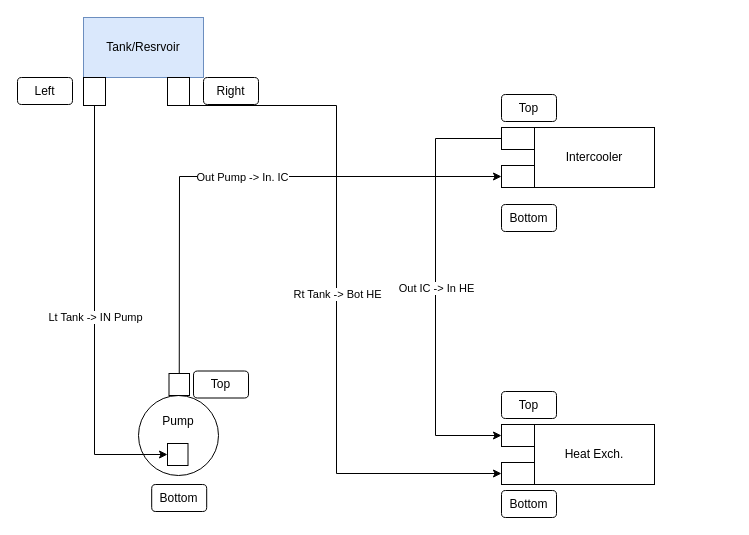
Before: build/Split_cooling.drawio in Frankie-Freedom/drawio-desktop, a draw.io diagram. Source tidied: cells renumbered, new cells numbered last; positions are measured from the earlier drawing's top-left corner, leaving out a move shared by most shapes. Both pictures are drawn from the tidied source at 100%, with x=0, y=0 at pixel (17, 17).
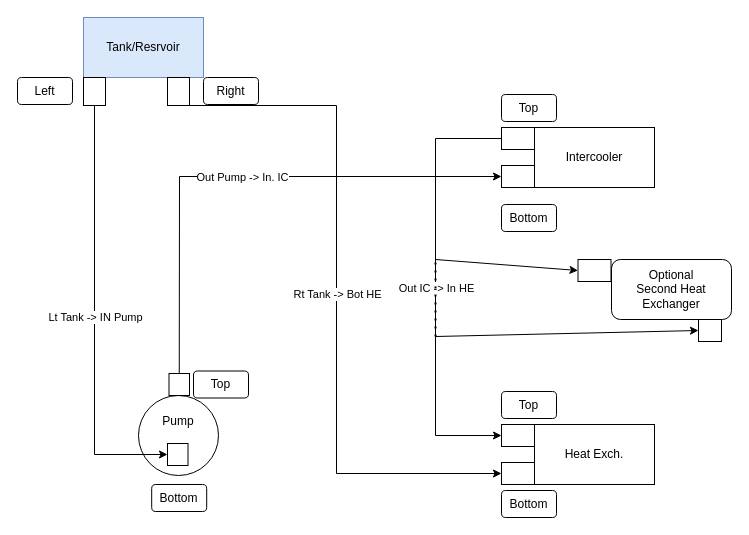
The same page after the edit.

Change to the diagram source:
```diff
@@
+    <mxCell id="30" value="Optional&lt;br&gt;Second Heat Exchanger" style="rounded=1;whiteSpace=wrap;html=1;" parent="1" vertex="1">
+      <mxGeometry x="594" y="242" width="120" height="60" as="geometry" />
+    </mxCell>
+    <mxCell id="31" style="endArrow=classic;html=1;rounded=0;entryX=0;entryY=0.5;entryDx=0;entryDy=0;" parent="1" edge="1" target="32">
+      <mxGeometry relative="1" as="geometry">
+        <mxPoint x="418" y="242" as="sourcePoint" />
+      </mxGeometry>
+    </mxCell>
+    <mxCell id="32" style="rounded=0;whiteSpace=wrap;html=1;" parent="1" vertex="1">
+      <mxGeometry x="560.5" y="242" width="33" height="22" as="geometry" />
+    </mxCell>
+    <mxCell id="33" style="rounded=0;whiteSpace=wrap;html=1;" parent="1" vertex="1">
+      <mxGeometry x="681" y="302" width="23" height="22" as="geometry" />
+    </mxCell>
+    <mxCell id="34" style="endArrow=classic;html=1;rounded=0;entryX=0;entryY=0.5;entryDx=0;entryDy=0;" parent="1" edge="1" target="33">
+      <mxGeometry relative="1" as="geometry">
+        <mxPoint x="418" y="319" as="sourcePoint" />
+      </mxGeometry>
+    </mxCell>
+    <mxCell id="35" style="endArrow=none;dashed=1;html=1;dashPattern=1 3;strokeWidth=2;rounded=0;" parent="1" edge="1">
+      <mxGeometry relative="1" as="geometry">
+        <mxPoint x="418" y="319" as="sourcePoint" />
+        <mxPoint x="418" y="242" as="targetPoint" />
+      </mxGeometry>
+    </mxCell>
```
